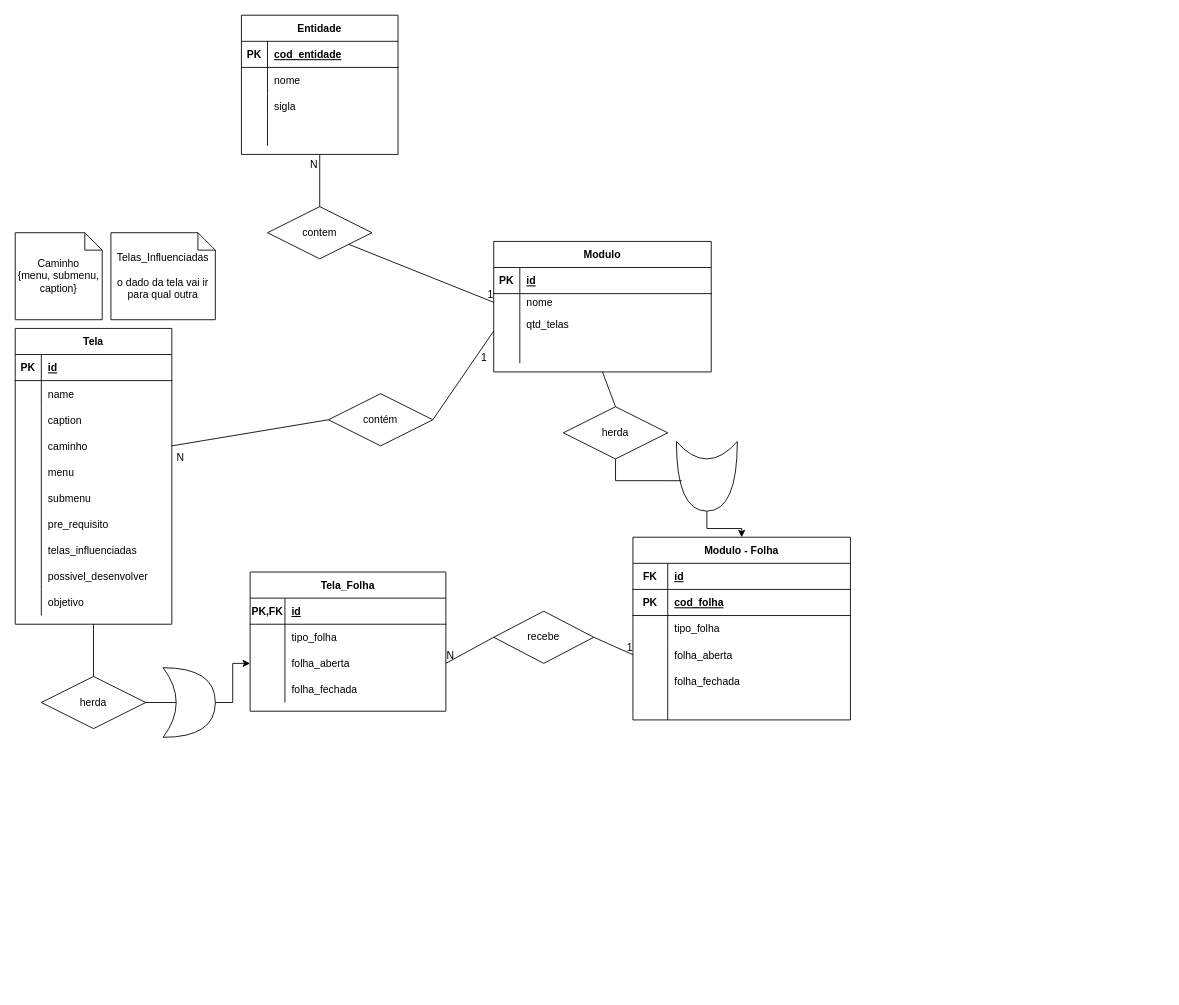
The draw.io diagram Untitled Diagram.drawio in alanisg/Atividade-01, before the edit. Source tidied: cells renumbered, new cells numbered last; positions are measured from the earlier drawing's top-left corner, leaving out a move shared by most shapes. Both pictures are drawn from the tidied source at 87%, with x=0, y=0 at pixel (15, 15).
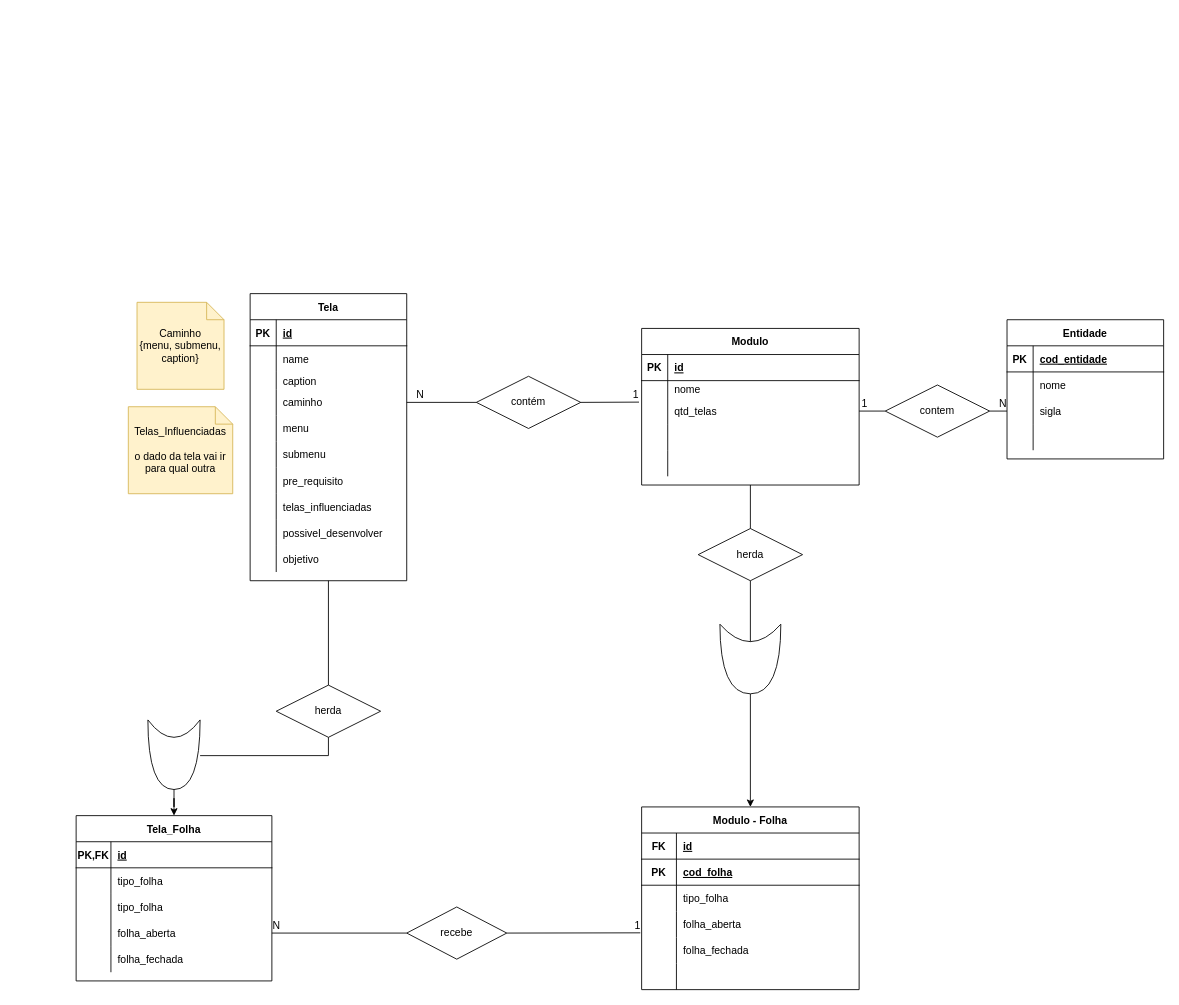
After the change.

Unchanged cells that the change refers to:
```xml
<mxCell id="6" style="shape=partialRectangle;fillColor=none;points=[[0,0.5],[1,0.5]];portConstraint=eastwest;top=0;left=0;right=0;bottom=0;" parent="2" vertex="1">
  <mxGeometry y="60" width="250" height="20" as="geometry" />
</mxCell>
<mxCell id="58" style="shape=partialRectangle;fillColor=none;top=0;left=0;bottom=0;right=0;points=[[0,0.5],[1,0.5]];portConstraint=eastwest;" parent="48" vertex="1">
  <mxGeometry y="120" width="250" height="30" as="geometry" />
</mxCell>
<mxCell id="98" style="shape=partialRectangle;fillColor=none;top=0;left=0;bottom=0;right=0;points=[[0,0.5],[1,0.5]];portConstraint=eastwest;" parent="91" vertex="1">
  <mxGeometry y="90" width="180" height="30" as="geometry" />
</mxCell>
```

Diff of the diagram source:
```diff
@@
     <mxCell id="2" value="Modulo" style="shape=table;startSize=30;childLayout=tableLayout;rowLines=0;fontStyle=1;align=center;" parent="1" vertex="1">
-      <mxGeometry x="550" y="260" width="250" height="150" as="geometry" />
+      <mxGeometry x="720" y="360" width="250" height="180" as="geometry" />
     </mxCell>
@@
+    <mxCell id="118" style="shape=partialRectangle;fillColor=none;points=[[0,0.5],[1,0.5]];portConstraint=eastwest;top=0;left=0;right=0;bottom=0;" parent="2" vertex="1">
+      <mxGeometry y="80" width="250" height="30" as="geometry" />
+    </mxCell>
+    <mxCell id="119" style="shape=partialRectangle;overflow=hidden;fillColor=none;top=0;left=0;bottom=0;right=0;" parent="118" vertex="1">
+      <mxGeometry width="30" height="30" as="geometry" />
+    </mxCell>
+    <mxCell id="120" value="qtd_telas" style="shape=partialRectangle;overflow=hidden;fillColor=none;top=0;left=0;bottom=0;right=0;align=left;spacingLeft=6;" parent="118" vertex="1">
+      <mxGeometry x="30" width="220" height="30" as="geometry" />
+    </mxCell>
     <mxCell id="9" style="shape=partialRectangle;fillColor=none;points=[[0,0.5],[1,0.5]];portConstraint=eastwest;top=0;left=0;right=0;bottom=0;" parent="2" vertex="1">
-      <mxGeometry y="80" width="250" height="30" as="geometry" />
+      <mxGeometry y="110" width="250" height="30" as="geometry" />
     </mxCell>
@@
-    <mxCell id="11" value="qtd_telas" style="shape=partialRectangle;overflow=hidden;fillColor=none;top=0;left=0;bottom=0;right=0;align=left;spacingLeft=6;" parent="9" vertex="1">
+    <mxCell id="11" style="shape=partialRectangle;overflow=hidden;fillColor=none;top=0;left=0;bottom=0;right=0;align=left;spacingLeft=6;" parent="9" vertex="1">
       <mxGeometry x="30" width="220" height="30" as="geometry" />
     </mxCell>
     <mxCell id="12" style="shape=partialRectangle;fillColor=none;top=0;left=0;right=0;bottom=0;" parent="2" vertex="1">
-      <mxGeometry y="110" width="250" height="30" as="geometry" />
+      <mxGeometry y="140" width="250" height="30" as="geometry" />
     </mxCell>
@@
     <mxCell id="15" value="Tela" style="shape=table;startSize=30;childLayout=tableLayout;rowLines=0;fontStyle=1;align=center;" parent="1" vertex="1">
-      <mxGeometry y="360" width="180" height="340" as="geometry" />
+      <mxGeometry x="270" y="320" width="180" height="330" as="geometry" />
     </mxCell>
@@
     <mxCell id="22" style="shape=partialRectangle;fillColor=none;top=0;left=0;bottom=0;right=0;" parent="15" vertex="1">
-      <mxGeometry y="90" width="180" height="30" as="geometry" />
+      <mxGeometry y="90" width="180" height="20" as="geometry" />
     </mxCell>
     <mxCell id="23" style="shape=partialRectangle;fillColor=none;top=0;left=0;bottom=0;right=0;overflow=hidden;" parent="22" vertex="1">
-      <mxGeometry width="30" height="30" as="geometry" />
+      <mxGeometry width="30" height="20" as="geometry" />
     </mxCell>
     <mxCell id="24" value="caption" style="shape=partialRectangle;fillColor=none;top=0;left=0;bottom=0;right=0;align=left;spacingLeft=6;overflow=hidden;" parent="22" vertex="1">
-      <mxGeometry x="30" width="150" height="30" as="geometry" />
+      <mxGeometry x="30" width="150" height="20" as="geometry" />
     </mxCell>
     <mxCell id="25" style="shape=partialRectangle;fillColor=none;top=0;left=0;bottom=0;right=0;points=[[0,0.5],[1,0.5]];portConstraint=eastwest;" parent="15" vertex="1">
-      <mxGeometry y="120" width="180" height="30" as="geometry" />
+      <mxGeometry y="110" width="180" height="30" as="geometry" />
     </mxCell>
@@
     <mxCell id="28" style="shape=partialRectangle;fillColor=none;top=0;left=0;bottom=0;right=0;" parent="15" vertex="1">
-      <mxGeometry y="150" width="180" height="30" as="geometry" />
+      <mxGeometry y="140" width="180" height="30" as="geometry" />
     </mxCell>
@@
     <mxCell id="31" style="shape=partialRectangle;fillColor=none;top=0;left=0;bottom=0;right=0;" parent="15" vertex="1">
-      <mxGeometry y="180" width="180" height="30" as="geometry" />
+      <mxGeometry y="170" width="180" height="30" as="geometry" />
     </mxCell>
@@
     <mxCell id="34" style="shape=partialRectangle;fillColor=none;top=0;left=0;bottom=0;right=0;" parent="15" vertex="1">
-      <mxGeometry y="210" width="180" height="30" as="geometry" />
+      <mxGeometry y="200" width="180" height="30" as="geometry" />
     </mxCell>
@@
     <mxCell id="37" style="shape=partialRectangle;fillColor=none;top=0;left=0;bottom=0;right=0;" parent="15" vertex="1">
-      <mxGeometry y="240" width="180" height="30" as="geometry" />
+      <mxGeometry y="230" width="180" height="30" as="geometry" />
     </mxCell>
@@
     <mxCell id="40" style="shape=partialRectangle;fillColor=none;top=0;left=0;bottom=0;right=0;" parent="15" vertex="1">
-      <mxGeometry y="270" width="180" height="30" as="geometry" />
+      <mxGeometry y="260" width="180" height="30" as="geometry" />
     </mxCell>
@@
     <mxCell id="43" style="shape=partialRectangle;fillColor=none;top=0;left=0;bottom=0;right=0;points=[[0,0.5],[1,0.5]];portConstraint=eastwest;" parent="15" vertex="1">
-      <mxGeometry y="300" width="180" height="30" as="geometry" />
+      <mxGeometry y="290" width="180" height="30" as="geometry" />
     </mxCell>
@@
-    <mxCell id="46" value="Caminho&lt;br&gt;{menu, submenu, caption}" style="shape=note;size=20;whiteSpace=wrap;html=1;" parent="1" vertex="1">
-      <mxGeometry y="250" width="100" height="100" as="geometry" />
+    <mxCell id="46" value="Caminho&lt;br&gt;{menu, submenu, caption}" style="shape=note;size=20;whiteSpace=wrap;html=1;fillColor=#fff2cc;strokeColor=#d6b656;" parent="1" vertex="1">
+      <mxGeometry x="140" y="330" width="100" height="100" as="geometry" />
     </mxCell>
-    <mxCell id="47" value="Telas_Influenciadas&lt;br&gt;&lt;br&gt;o dado da tela vai ir para qual outra" style="shape=note;size=20;whiteSpace=wrap;html=1;" parent="1" vertex="1">
-      <mxGeometry x="110" y="250" width="120" height="100" as="geometry" />
+    <mxCell id="47" value="Telas_Influenciadas&lt;br&gt;&lt;br&gt;o dado da tela vai ir para qual outra" style="shape=note;size=20;whiteSpace=wrap;html=1;fillColor=#fff2cc;strokeColor=#d6b656;" parent="1" vertex="1">
+      <mxGeometry x="130" y="450" width="120" height="100" as="geometry" />
     </mxCell>
     <mxCell id="48" value="Modulo - Folha" style="shape=table;startSize=30;childLayout=tableLayout;rowLines=0;fontStyle=1;align=center;" parent="1" vertex="1">
-      <mxGeometry x="710" y="600" width="250" height="210" as="geometry" />
+      <mxGeometry x="720" y="910" width="250" height="210" as="geometry" />
     </mxCell>
@@
-    <mxCell id="67" style="endArrow=none;html=1;rounded=0;entryX=0;entryY=0.767;entryDx=0;entryDy=0;entryPerimeter=0;exitX=1;exitY=0.5;exitDx=0;exitDy=0;startArrow=none;" parent="1" edge="1" source="68" target="9">
-      <mxGeometry relative="1" as="geometry" />
-    </mxCell>
     <mxCell id="68" value="contém" style="shape=rhombus;perimeter=rhombusPerimeter;whiteSpace=wrap;html=1;align=center;" parent="1" vertex="1">
-      <mxGeometry x="360" y="435" width="120" height="60" as="geometry" />
+      <mxGeometry x="530" y="415" width="120" height="60" as="geometry" />
     </mxCell>
-    <mxCell id="69" style="endArrow=none;html=1;rounded=0;entryX=0;entryY=0.5;entryDx=0;entryDy=0;exitX=1;exitY=0.5;exitDx=0;exitDy=0;" parent="1" edge="1" source="25" target="68">
-      <mxGeometry relative="1" as="geometry" />
-    </mxCell>
-    <mxCell id="70" value="N" style="text;strokeColor=none;fillColor=none;spacingLeft=4;spacingRight=4;overflow=hidden;fontSize=12;" parent="1" vertex="1">
-      <mxGeometry x="180" y="495" width="40" height="30" as="geometry" />
-    </mxCell>
-    <mxCell id="71" value="1" style="text;strokeColor=none;fillColor=none;spacingLeft=4;spacingRight=4;overflow=hidden;fontSize=12;" parent="1" vertex="1">
-      <mxGeometry x="530" y="380" width="40" height="20" as="geometry" />
-    </mxCell>
     <mxCell id="72" value="Tela_Folha" style="shape=table;startSize=30;childLayout=tableLayout;rowLines=0;fontStyle=1;align=center;" parent="1" vertex="1">
-      <mxGeometry x="270" y="640" width="225" height="160" as="geometry" />
+      <mxGeometry x="70" y="920" width="225" height="190" as="geometry" />
     </mxCell>
@@
+    <mxCell id="121" style="shape=partialRectangle;fillColor=none;top=0;left=0;bottom=0;right=0;" parent="72" vertex="1">
+      <mxGeometry y="60" width="225" height="30" as="geometry" />
+    </mxCell>
+    <mxCell id="122" style="shape=partialRectangle;fillColor=none;top=0;left=0;bottom=0;right=0;overflow=hidden;" parent="121" vertex="1">
+      <mxGeometry width="40" height="30" as="geometry" />
+    </mxCell>
+    <mxCell id="123" value="tipo_folha" style="shape=partialRectangle;fillColor=none;top=0;left=0;bottom=0;right=0;align=left;spacingLeft=6;overflow=hidden;" parent="121" vertex="1">
+      <mxGeometry x="40" width="185" height="30" as="geometry" />
+    </mxCell>
     <mxCell id="76" style="shape=partialRectangle;fillColor=none;top=0;left=0;bottom=0;right=0;" parent="72" vertex="1">
-      <mxGeometry y="60" width="225" height="30" as="geometry" />
+      <mxGeometry y="90" width="225" height="30" as="geometry" />
     </mxCell>
@@
     <mxCell id="79" style="shape=partialRectangle;fillColor=none;top=0;left=0;bottom=0;right=0;points=[[0,0.5],[1,0.5]];portConstraint=eastwest;" parent="72" vertex="1">
-      <mxGeometry y="90" width="225" height="30" as="geometry" />
+      <mxGeometry y="120" width="225" height="30" as="geometry" />
     </mxCell>
@@
     <mxCell id="82" style="shape=partialRectangle;fillColor=none;top=0;left=0;bottom=0;right=0;" parent="72" vertex="1">
-      <mxGeometry y="120" width="225" height="30" as="geometry" />
+      <mxGeometry y="150" width="225" height="30" as="geometry" />
     </mxCell>
@@
-    <mxCell id="85" style="edgeStyle=orthogonalEdgeStyle;rounded=0;jettySize=auto;html=1;exitX=1;exitY=0.5;exitDx=0;exitDy=0;entryX=0;entryY=0.5;entryDx=0;entryDy=0;startArrow=none;" parent="1" edge="1" source="89" target="79">
+    <mxCell id="85" style="edgeStyle=orthogonalEdgeStyle;rounded=0;jettySize=auto;html=1;exitX=1;exitY=0.5;exitDx=0;exitDy=0;entryX=0.5;entryY=0;entryDx=0;entryDy=0;startArrow=none;" parent="1" edge="1" source="89" target="72">
       <mxGeometry relative="1" as="geometry" />
     </mxCell>
     <mxCell id="86" value="herda" style="shape=rhombus;perimeter=rhombusPerimeter;whiteSpace=wrap;html=1;align=center;" parent="1" vertex="1">
-      <mxGeometry x="30" y="760" width="120" height="60" as="geometry" />
+      <mxGeometry x="300" y="770" width="120" height="60" as="geometry" />
     </mxCell>
@@
     <mxCell id="88" value="recebe" style="shape=rhombus;perimeter=rhombusPerimeter;whiteSpace=wrap;html=1;align=center;" parent="1" vertex="1">
-      <mxGeometry x="550" y="685" width="115" height="60" as="geometry" />
+      <mxGeometry x="450" y="1025" width="115" height="60" as="geometry" />
     </mxCell>
-    <mxCell id="89" style="shape=xor;whiteSpace=wrap;html=1;strokeWidth=1;perimeterSpacing=0;shadow=0;sketch=0;fillOpacity=100;labelPadding=0;perimeter=none;fixDash=0;" parent="1" vertex="1">
-      <mxGeometry x="170" y="750" width="60" height="80" as="geometry" />
+    <mxCell id="89" style="shape=xor;whiteSpace=wrap;html=1;strokeWidth=1;perimeterSpacing=0;shadow=0;sketch=0;fillOpacity=100;labelPadding=0;perimeter=none;fixDash=0;direction=south;" parent="1" vertex="1">
+      <mxGeometry x="152.5" y="810" width="60" height="80" as="geometry" />
     </mxCell>
-    <mxCell id="90" style="edgeStyle=orthogonalEdgeStyle;rounded=0;jettySize=auto;html=1;exitX=1;exitY=0.5;exitDx=0;exitDy=0;endArrow=none;entryX=0.25;entryY=0.5;entryDx=0;entryDy=0;entryPerimeter=0;" parent="1" edge="1" source="86" target="89">
+    <mxCell id="90" style="edgeStyle=orthogonalEdgeStyle;rounded=0;jettySize=auto;html=1;exitX=0.5;exitY=1;exitDx=0;exitDy=0;endArrow=none;entryX=0.513;entryY=0;entryDx=0;entryDy=0;entryPerimeter=0;" parent="1" edge="1" source="86" target="89">
       <mxGeometry relative="1" as="geometry" />
     </mxCell>
     <mxCell id="91" value="Entidade" style="shape=table;startSize=30;childLayout=tableLayout;rowLines=0;fontStyle=1;align=center;shadow=0;sketch=0;strokeWidth=1;" parent="1" vertex="1">
-      <mxGeometry x="260" width="180" height="160" as="geometry" />
+      <mxGeometry x="1140" y="350" width="180" height="160" as="geometry" />
     </mxCell>
@@
     <mxCell id="104" value="contem" style="shape=rhombus;perimeter=rhombusPerimeter;whiteSpace=wrap;html=1;align=center;shadow=0;sketch=0;strokeWidth=1;" parent="1" vertex="1">
-      <mxGeometry x="290" y="220" width="120" height="60" as="geometry" />
+      <mxGeometry x="1000" y="425" width="120" height="60" as="geometry" />
     </mxCell>
-    <mxCell id="105" style="endArrow=none;html=1;rounded=0;entryX=0;entryY=0.5;entryDx=0;entryDy=0;" parent="1" edge="1" source="104" target="6">
-      <mxGeometry relative="1" as="geometry" />
-    </mxCell>
-    <mxCell id="106" value="1" style="html=1;align=right;verticalAlign=bottom;" parent="105" vertex="1">
-      <mxGeometry x="1" relative="1" as="geometry" />
-    </mxCell>
-    <mxCell id="107" style="endArrow=none;html=1;rounded=0;entryX=0.5;entryY=1;entryDx=0;entryDy=0;exitX=0.5;exitY=0;exitDx=0;exitDy=0;" parent="1" edge="1" source="104" target="91">
+    <mxCell id="107" style="endArrow=none;html=1;rounded=0;entryX=0;entryY=0.5;entryDx=0;entryDy=0;exitX=1;exitY=0.5;exitDx=0;exitDy=0;" parent="1" edge="1" source="104" target="98">
       <mxGeometry relative="1" as="geometry" />
     </mxCell>
     <mxCell id="108" value="N" style="html=1;align=right;verticalAlign=bottom;" parent="107" vertex="1">
-      <mxGeometry x="1" relative="1" as="geometry">
-        <mxPoint x="-2" y="20" as="offset" />
-      </mxGeometry>
+      <mxGeometry x="1" relative="1" as="geometry" />
     </mxCell>
@@
     <mxCell id="110" value="herda" style="shape=rhombus;perimeter=rhombusPerimeter;whiteSpace=wrap;html=1;align=center;shadow=0;sketch=0;strokeWidth=1;" parent="1" vertex="1">
-      <mxGeometry x="630" y="450" width="120" height="60" as="geometry" />
+      <mxGeometry x="785" y="590" width="120" height="60" as="geometry" />
     </mxCell>
@@
     <mxCell id="112" style="shape=xor;whiteSpace=wrap;html=1;shadow=0;sketch=0;strokeWidth=1;direction=south;perimeterSpacing=0;gradientDirection=north;" parent="1" vertex="1">
-      <mxGeometry x="760" y="490" width="70" height="80" as="geometry" />
+      <mxGeometry x="810" y="700" width="70" height="80" as="geometry" />
     </mxCell>
-    <mxCell id="113" style="edgeStyle=orthogonalEdgeStyle;rounded=0;jettySize=auto;html=1;exitX=0.5;exitY=1;exitDx=0;exitDy=0;entryX=0.563;entryY=0.914;entryDx=0;entryDy=0;endArrow=none;entryPerimeter=0;" parent="1" edge="1" source="110" target="112">
+    <mxCell id="113" style="edgeStyle=orthogonalEdgeStyle;rounded=0;jettySize=auto;html=1;exitX=0.5;exitY=1;exitDx=0;exitDy=0;entryX=0.25;entryY=0.5;entryDx=0;entryDy=0;endArrow=none;entryPerimeter=0;" parent="1" edge="1" source="110" target="112">
       <mxGeometry relative="1" as="geometry" />
     </mxCell>
-    <mxCell id="114" style="endArrow=none;html=1;rounded=0;exitX=1;exitY=0.5;exitDx=0;exitDy=0;entryX=0;entryY=0.5;entryDx=0;entryDy=0;" parent="1" edge="1" source="88" target="58">
+    <mxCell id="114" style="endArrow=none;html=1;rounded=0;exitX=1;exitY=0.5;exitDx=0;exitDy=0;entryX=-0.006;entryY=0.824;entryDx=0;entryDy=0;entryPerimeter=0;" parent="1" edge="1" source="88" target="58">
       <mxGeometry relative="1" as="geometry" />
     </mxCell>
@@
+    <mxCell id="124" style="endArrow=none;html=1;rounded=0;entryX=-0.012;entryY=0.157;entryDx=0;entryDy=0;entryPerimeter=0;exitX=1;exitY=0.5;exitDx=0;exitDy=0;" parent="1" edge="1" source="68" target="118">
+      <mxGeometry relative="1" as="geometry" />
+    </mxCell>
+    <mxCell id="125" value="1" style="html=1;align=right;verticalAlign=bottom;" parent="124" vertex="1">
+      <mxGeometry x="1" relative="1" as="geometry" />
+    </mxCell>
+    <mxCell id="126" style="endArrow=none;html=1;rounded=0;entryX=1;entryY=0.5;entryDx=0;entryDy=0;exitX=0;exitY=0.5;exitDx=0;exitDy=0;" parent="1" edge="1" source="68" target="25">
+      <mxGeometry relative="1" as="geometry" />
+    </mxCell>
+    <mxCell id="70" value="N" style="html=1;align=right;verticalAlign=bottom;" parent="126" vertex="1">
+      <mxGeometry x="1" relative="1" as="geometry">
+        <mxPoint x="20" as="offset" />
+      </mxGeometry>
+    </mxCell>
+    <mxCell id="127" style="endArrow=none;html=1;rounded=0;entryX=1;entryY=0.5;entryDx=0;entryDy=0;exitX=0;exitY=0.5;exitDx=0;exitDy=0;" parent="1" edge="1" source="104" target="118">
+      <mxGeometry relative="1" as="geometry" />
+    </mxCell>
+    <mxCell id="128" value="1" style="html=1;align=right;verticalAlign=bottom;" parent="127" vertex="1">
+      <mxGeometry x="1" relative="1" as="geometry">
+        <mxPoint x="10" as="offset" />
+      </mxGeometry>
+    </mxCell>
```
